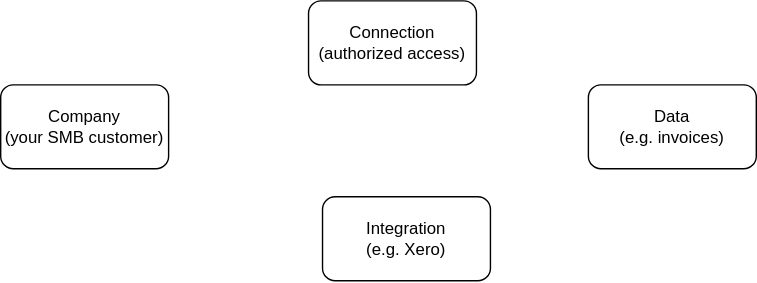
codatio/codat-diagrams keeps this draw.io diagram as codat-concepts-quickstart.svg. Above is the earlier version. Source tidied: cells renumbered, new cells last; positions are measured from the earlier drawing's top-left corner, leaving out a move shared by most shapes.
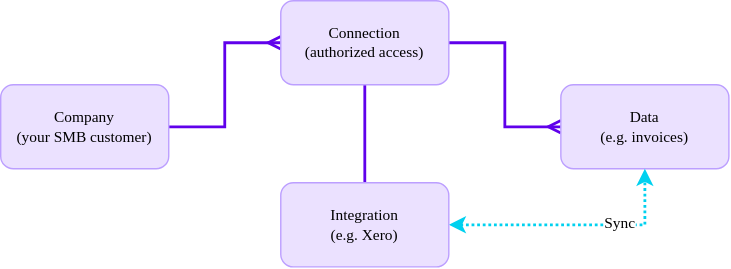
The same file after the commit.

Change to the diagram source:
```diff
@@ -2,17 +2,32 @@
   <root>
     <mxCell id="0" />
     <mxCell id="1" parent="0" />
+    <mxCell id="6" style="edgeStyle=orthogonalEdgeStyle;rounded=0;jettySize=auto;html=1;exitX=1;exitY=0.5;exitDx=0;exitDy=0;entryX=0;entryY=0.5;entryDx=0;entryDy=0;endArrow=ERmany;endFill=0;strokeColor=#6000eb;strokeWidth=2;fontFamily=Axiforma;fontSize=11;" parent="1" edge="1" source="2" target="3">
+      <mxGeometry relative="1" as="geometry" />
+    </mxCell>
-    <mxCell id="2" value="Company &lt;br&gt;(your SMB customer)" style="rounded=1;whiteSpace=wrap;html=1;" parent="1" vertex="1">
-      <mxGeometry y="60" width="120" height="60" as="geometry" />
+    <mxCell id="2" value="Company &lt;br style=&quot;font-size: 11px;&quot;&gt;(your SMB customer)" style="rounded=1;whiteSpace=wrap;html=1;fillColor=#ebe1ff;strokeColor=#BC9FFF;fontFamily=Axiforma;fontSize=11;" parent="1" vertex="1">
+      <mxGeometry x="20" y="60" width="120" height="60" as="geometry" />
     </mxCell>
+    <mxCell id="7" style="edgeStyle=orthogonalEdgeStyle;rounded=0;jettySize=auto;html=1;exitX=1;exitY=0.5;exitDx=0;exitDy=0;entryX=0;entryY=0.5;entryDx=0;entryDy=0;endArrow=ERmany;endFill=0;strokeColor=#6000eb;strokeWidth=2;fontFamily=Axiforma;fontSize=11;" parent="1" edge="1" source="3" target="4">
+      <mxGeometry relative="1" as="geometry" />
+    </mxCell>
+    <mxCell id="8" style="edgeStyle=orthogonalEdgeStyle;rounded=0;jettySize=auto;html=1;exitX=0.5;exitY=1;exitDx=0;exitDy=0;entryX=0.5;entryY=0;entryDx=0;entryDy=0;endArrow=none;endFill=0;strokeColor=#6000eb;strokeWidth=2;fontFamily=Axiforma;fontSize=11;" parent="1" edge="1" source="3" target="5">
+      <mxGeometry relative="1" as="geometry" />
+    </mxCell>
-    <mxCell id="3" value="Connection&lt;br&gt;(authorized access)" style="rounded=1;whiteSpace=wrap;html=1;" parent="1" vertex="1">
+    <mxCell id="3" value="Connection&lt;br style=&quot;font-size: 11px;&quot;&gt;(authorized access)" style="rounded=1;whiteSpace=wrap;html=1;fillColor=#ebe1ff;strokeColor=#BC9FFF;fontFamily=Axiforma;fontSize=11;" parent="1" vertex="1">
       <mxGeometry x="220" width="120" height="60" as="geometry" />
     </mxCell>
-    <mxCell id="4" value="Data&lt;br&gt;(e.g. invoices)" style="rounded=1;whiteSpace=wrap;html=1;" parent="1" vertex="1">
+    <mxCell id="4" value="Data&lt;br style=&quot;font-size: 11px;&quot;&gt;(e.g. invoices)" style="rounded=1;whiteSpace=wrap;html=1;fillColor=#ebe1ff;strokeColor=#BC9FFF;fontFamily=Axiforma;fontSize=11;" parent="1" vertex="1">
       <mxGeometry x="420" y="60" width="120" height="60" as="geometry" />
     </mxCell>
+    <mxCell id="9" style="edgeStyle=orthogonalEdgeStyle;rounded=0;jettySize=auto;html=1;exitX=1;exitY=0.5;exitDx=0;exitDy=0;entryX=0.5;entryY=1;entryDx=0;entryDy=0;dashed=1;startArrow=classic;startFill=1;strokeWidth=2;dashPattern=1 1;strokeColor=#00d1ef;fontFamily=Axiforma;fontSize=11;" parent="1" edge="1" source="5" target="4">
+      <mxGeometry relative="1" as="geometry" />
+    </mxCell>
+    <mxCell id="10" value="Sync" style="edgeLabel;html=1;align=center;verticalAlign=middle;fontSize=11;fontFamily=Axiforma;" parent="9" vertex="1">
+      <mxGeometry x="0.35" y="2" relative="1" as="geometry" />
+    </mxCell>
-    <mxCell id="5" value="Integration&lt;br&gt;(e.g. Xero)" style="rounded=1;whiteSpace=wrap;html=1;" parent="1" vertex="1">
-      <mxGeometry x="230" y="140" width="120" height="60" as="geometry" />
+    <mxCell id="5" value="Integration&lt;br style=&quot;font-size: 11px;&quot;&gt;(e.g. Xero)" style="rounded=1;whiteSpace=wrap;html=1;fillColor=#ebe1ff;strokeColor=#BC9FFF;fontFamily=Axiforma;fontSize=11;" parent="1" vertex="1">
+      <mxGeometry x="220" y="130" width="120" height="60" as="geometry" />
     </mxCell>
   </root>
 </mxGraphModel>
```
